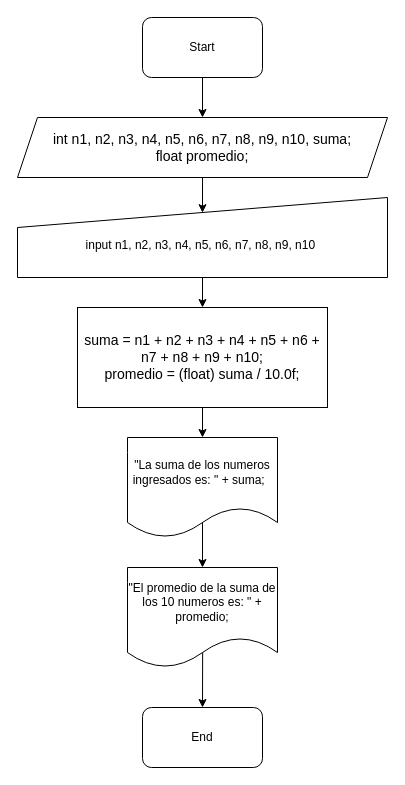
Before: CalcularPromedio10Numeros.drawio in AnthonyLozadaAlexander/DiagramaDeFlujos, a draw.io diagram. Source tidied: cells renumbered, new cells numbered last; positions are measured from the earlier drawing's top-left corner, leaving out a move shared by most shapes. Both pictures are drawn from the tidied source at 100%, with x=0, y=0 at pixel (17, 17).
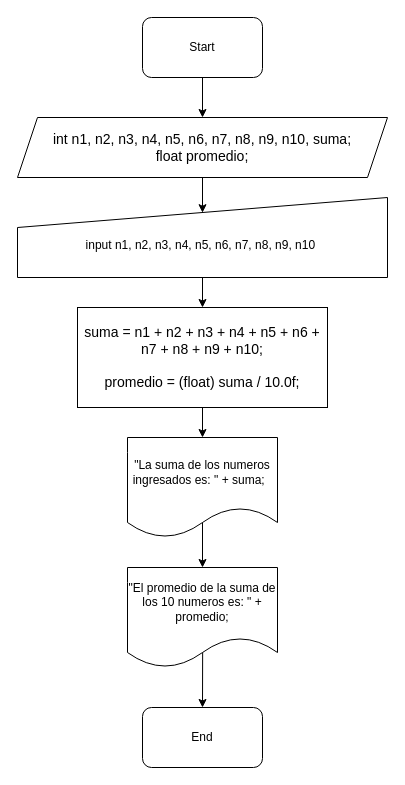
The same page after the edit.

Commit message:
Actualizar posiciones y dimensiones en el diagrama de flujo de CalcularPromedio10Numeros.drawio para mejorar la claridad

Change to the diagram source:
```diff
@@
 <mxGraphModel>
   <root>
     <mxCell id="0" />
     <mxCell id="1" parent="0" />
     <mxCell id="2" style="edgeStyle=none;html=1;entryX=0.5;entryY=0;entryDx=0;entryDy=0;" parent="1" edge="1" source="3" target="5">
       <mxGeometry relative="1" as="geometry" />
     </mxCell>
     <mxCell id="3" value="Start" style="rounded=1;whiteSpace=wrap;html=1;" parent="1" vertex="1">
       <mxGeometry x="125" width="120" height="60" as="geometry" />
     </mxCell>
     <mxCell id="4" style="edgeStyle=none;html=1;entryX=0.5;entryY=0.19;entryDx=0;entryDy=0;entryPerimeter=0;" parent="1" edge="1" source="5" target="7">
       <mxGeometry relative="1" as="geometry" />
     </mxCell>
     <mxCell id="5" value="int n1, n2, n3, n4, n5, n6, n7, n8, n9, n10, suma;&lt;div&gt;float promedio;&lt;/div&gt;" style="shape=parallelogram;perimeter=parallelogramPerimeter;whiteSpace=wrap;html=1;fixedSize=1;fontSize=14;" parent="1" vertex="1">
       <mxGeometry y="100" width="370" height="60" as="geometry" />
     </mxCell>
     <mxCell id="6" style="edgeStyle=none;html=1;" parent="1" edge="1" source="7">
       <mxGeometry relative="1" as="geometry">
         <mxPoint x="185" y="290" as="targetPoint" />
       </mxGeometry>
     </mxCell>
     <mxCell id="7" value="&lt;div&gt;&lt;br&gt;&lt;/div&gt;input n1, n2, n3, n4, n5, n6, n7, n8, n9, n10&amp;nbsp;" style="shape=manualInput;whiteSpace=wrap;html=1;" parent="1" vertex="1">
       <mxGeometry y="180" width="370" height="80" as="geometry" />
     </mxCell>
     <mxCell id="8" style="edgeStyle=none;html=1;entryX=0.5;entryY=0;entryDx=0;entryDy=0;" parent="1" edge="1" source="9" target="11">
       <mxGeometry relative="1" as="geometry" />
     </mxCell>
-    <mxCell id="9" value="suma = n1 + n2 + n3 + n4 + n5 + n6 + n7 + n8 + n9 + n10;&lt;div&gt;promedio = (float) suma / 10.0f;&lt;/div&gt;" style="rounded=0;whiteSpace=wrap;html=1;fontSize=14;" parent="1" vertex="1">
+    <mxCell id="9" value="suma = n1 + n2 + n3 + n4 + n5 + n6 + n7 + n8 + n9 + n10;&lt;div&gt;&lt;font color=&quot;#000000&quot;&gt;&lt;br&gt;&lt;/font&gt;&lt;div&gt;promedio = (float) suma / 10.0f;&lt;/div&gt;&lt;/div&gt;" style="rounded=0;whiteSpace=wrap;html=1;fontSize=14;" parent="1" vertex="1">
       <mxGeometry x="60" y="290" width="250" height="100" as="geometry" />
     </mxCell>
     <mxCell id="10" style="edgeStyle=none;html=1;" parent="1" edge="1" target="13">
       <mxGeometry relative="1" as="geometry">
         <mxPoint x="185" y="500" as="sourcePoint" />
       </mxGeometry>
     </mxCell>
     <mxCell id="11" value="&quot;La suma de los numeros ingresados es: &quot; + suma;&amp;nbsp;&amp;nbsp;" style="shape=document;whiteSpace=wrap;html=1;boundedLbl=1;" parent="1" vertex="1">
       <mxGeometry x="110" y="420" width="150" height="100" as="geometry" />
     </mxCell>
     <mxCell id="12" style="edgeStyle=none;html=1;entryX=0.5;entryY=0;entryDx=0;entryDy=0;exitX=0.501;exitY=0.837;exitDx=0;exitDy=0;exitPerimeter=0;" parent="1" edge="1" source="13" target="14">
       <mxGeometry relative="1" as="geometry" />
     </mxCell>
     <mxCell id="13" value="&quot;El promedio de la suma de los 10 numeros es: &quot; + promedio;" style="shape=document;whiteSpace=wrap;html=1;boundedLbl=1;" parent="1" vertex="1">
       <mxGeometry x="110" y="550" width="150" height="100" as="geometry" />
     </mxCell>
     <mxCell id="14" value="End" style="rounded=1;whiteSpace=wrap;html=1;" parent="1" vertex="1">
       <mxGeometry x="125" y="690" width="120" height="60" as="geometry" />
     </mxCell>
   </root>
 </mxGraphModel>
```
